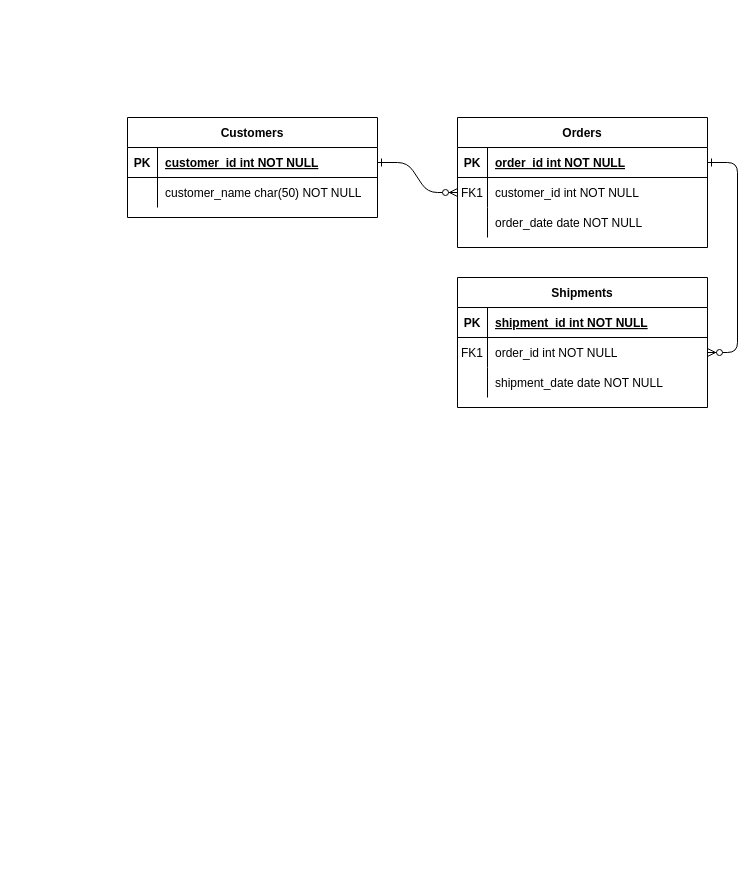
Before: 名称未設定ファイル.drawio in Fumiha/coupleApp, a draw.io diagram. Source tidied: cells renumbered, new cells numbered last; positions are measured from the earlier drawing's top-left corner, leaving out a move shared by most shapes. Both pictures are drawn from the tidied source at 100%, with x=0, y=0 at pixel (127, 117).
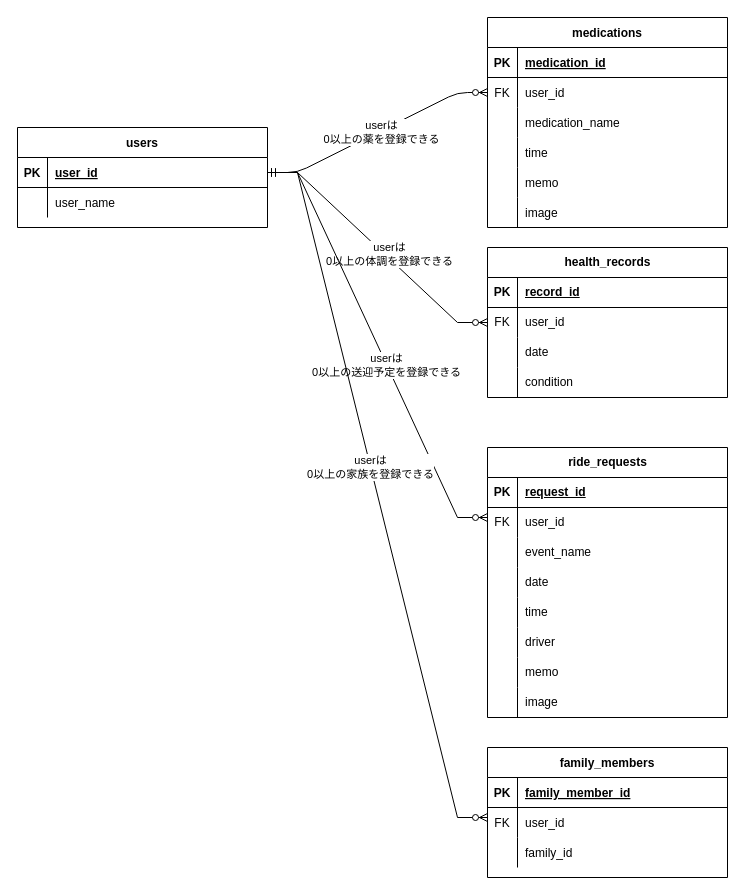
The same page after the edit.

Commit message:
名称未設定ファイル.drawio を更新します

Unchanged cells that the change refers to:
```xml
<mxCell id="25" style="shape=partialRectangle;fillColor=none;points=[[0,0.5],[1,0.5]];portConstraint=eastwest;top=0;left=0;right=0;bottom=1;" parent="24" vertex="1">
  <mxGeometry y="30" width="250" height="30" as="geometry" />
</mxCell>
<mxCell id="28" style="shape=partialRectangle;fillColor=none;top=0;left=0;right=0;bottom=0;" parent="24" vertex="1">
  <mxGeometry y="60" width="250" height="30" as="geometry" />
</mxCell>
```

Change to the diagram source:
```diff
@@
-    <mxCell id="2" style="edgeStyle=entityRelationEdgeStyle;endArrow=ERzeroToMany;startArrow=ERone;endFill=1;startFill=0;" parent="1" edge="1" source="25" target="8">
+    <mxCell id="2" style="edgeStyle=entityRelationEdgeStyle;endArrow=ERzeroToMany;startArrow=ERone;endFill=1;startFill=0;exitX=1;exitY=0.5;exitDx=0;exitDy=0;" parent="1" edge="1" source="25" target="8">
       <mxGeometry relative="1" as="geometry" />
     </mxCell>
-    <mxCell id="3" style="edgeStyle=entityRelationEdgeStyle;endArrow=ERzeroToMany;startArrow=ERone;endFill=1;startFill=0;" parent="1" edge="1" source="5" target="18">
-      <mxGeometry relative="1" as="geometry" />
-    </mxCell>
+    <mxCell id="31" value="userは&lt;br&gt;0以上の薬を登録できる" style="edgeLabel;html=1;align=center;verticalAlign=middle;" parent="2" vertex="1">
+      <mxGeometry x="0.03" y="-1" relative="1" as="geometry" />
+    </mxCell>
-    <mxCell id="4" value="Orders" style="shape=table;startSize=30;childLayout=tableLayout;rowLines=0;fontStyle=1;align=center;" parent="1" vertex="1">
-      <mxGeometry x="330" width="250" height="130" as="geometry" />
+    <mxCell id="4" value="medications" style="shape=table;startSize=30;childLayout=tableLayout;rowLines=0;fontStyle=1;align=center;" parent="1" vertex="1">
+      <mxGeometry x="360" y="-100" width="240" height="210" as="geometry" />
     </mxCell>
     <mxCell id="5" style="shape=partialRectangle;fillColor=none;points=[[0,0.5],[1,0.5]];portConstraint=eastwest;top=0;left=0;right=0;bottom=1;" parent="4" vertex="1">
-      <mxGeometry y="30" width="250" height="30" as="geometry" />
+      <mxGeometry y="30" width="240" height="30" as="geometry" />
     </mxCell>
@@
-    <mxCell id="7" value="order_id int NOT NULL " style="shape=partialRectangle;overflow=hidden;fillColor=none;top=0;left=0;bottom=0;right=0;align=left;spacingLeft=6;fontStyle=5;" parent="5" vertex="1">
-      <mxGeometry x="30" width="220" height="30" as="geometry" />
+    <mxCell id="7" value="medication_id" style="shape=partialRectangle;overflow=hidden;fillColor=none;top=0;left=0;bottom=0;right=0;align=left;spacingLeft=6;fontStyle=5;" parent="5" vertex="1">
+      <mxGeometry x="30" width="210" height="30" as="geometry" />
     </mxCell>
     <mxCell id="8" style="shape=partialRectangle;fillColor=none;points=[[0,0.5],[1,0.5]];portConstraint=eastwest;top=0;left=0;right=0;bottom=0;" parent="4" vertex="1">
-      <mxGeometry y="60" width="250" height="30" as="geometry" />
+      <mxGeometry y="60" width="240" height="30" as="geometry" />
     </mxCell>
-    <mxCell id="9" value="FK1" style="shape=partialRectangle;overflow=hidden;fillColor=none;top=0;left=0;bottom=0;right=0;" parent="8" vertex="1">
+    <mxCell id="9" value="FK" style="shape=partialRectangle;overflow=hidden;fillColor=none;top=0;left=0;bottom=0;right=0;" parent="8" vertex="1">
       <mxGeometry width="30" height="30" as="geometry" />
     </mxCell>
-    <mxCell id="10" value="customer_id int NOT NULL" style="shape=partialRectangle;overflow=hidden;fillColor=none;top=0;left=0;bottom=0;right=0;align=left;spacingLeft=6;" parent="8" vertex="1">
-      <mxGeometry x="30" width="220" height="30" as="geometry" />
+    <mxCell id="10" value="user_id" style="shape=partialRectangle;overflow=hidden;fillColor=none;top=0;left=0;bottom=0;right=0;align=left;spacingLeft=6;" parent="8" vertex="1">
+      <mxGeometry x="30" width="210" height="30" as="geometry" />
     </mxCell>
     <mxCell id="11" style="shape=partialRectangle;fillColor=none;top=0;left=0;right=0;bottom=0;" parent="4" vertex="1">
-      <mxGeometry y="90" width="250" height="30" as="geometry" />
+      <mxGeometry y="90" width="240" height="30" as="geometry" />
     </mxCell>
@@
-    <mxCell id="13" value="order_date date NOT NULL" style="shape=partialRectangle;overflow=hidden;fillColor=none;top=0;left=0;bottom=0;right=0;align=left;spacingLeft=6;" parent="11" vertex="1">
-      <mxGeometry x="30" width="220" height="30" as="geometry" />
+    <mxCell id="13" value="medication_name" style="shape=partialRectangle;overflow=hidden;fillColor=none;top=0;left=0;bottom=0;right=0;align=left;spacingLeft=6;" parent="11" vertex="1">
+      <mxGeometry x="30" width="210" height="30" as="geometry" />
     </mxCell>
+    <mxCell id="32" style="shape=partialRectangle;fillColor=none;top=0;left=0;right=0;bottom=0;" parent="4" vertex="1">
+      <mxGeometry y="120" width="240" height="30" as="geometry" />
+    </mxCell>
+    <mxCell id="33" style="shape=partialRectangle;overflow=hidden;fillColor=none;top=0;left=0;bottom=0;right=0;" parent="32" vertex="1">
+      <mxGeometry width="30" height="30" as="geometry" />
+    </mxCell>
+    <mxCell id="34" value="time" style="shape=partialRectangle;overflow=hidden;fillColor=none;top=0;left=0;bottom=0;right=0;align=left;spacingLeft=6;" parent="32" vertex="1">
+      <mxGeometry x="30" width="210" height="30" as="geometry" />
+    </mxCell>
+    <mxCell id="35" style="shape=partialRectangle;fillColor=none;top=0;left=0;right=0;bottom=0;" parent="4" vertex="1">
+      <mxGeometry y="150" width="240" height="30" as="geometry" />
+    </mxCell>
+    <mxCell id="36" style="shape=partialRectangle;overflow=hidden;fillColor=none;top=0;left=0;bottom=0;right=0;" parent="35" vertex="1">
+      <mxGeometry width="30" height="30" as="geometry" />
+    </mxCell>
+    <mxCell id="37" value="memo" style="shape=partialRectangle;overflow=hidden;fillColor=none;top=0;left=0;bottom=0;right=0;align=left;spacingLeft=6;" parent="35" vertex="1">
+      <mxGeometry x="30" width="210" height="30" as="geometry" />
+    </mxCell>
+    <mxCell id="38" style="shape=partialRectangle;fillColor=none;top=0;left=0;right=0;bottom=0;" parent="4" vertex="1">
+      <mxGeometry y="180" width="240" height="30" as="geometry" />
+    </mxCell>
+    <mxCell id="39" style="shape=partialRectangle;overflow=hidden;fillColor=none;top=0;left=0;bottom=0;right=0;" parent="38" vertex="1">
+      <mxGeometry width="30" height="30" as="geometry" />
+    </mxCell>
+    <mxCell id="40" value="image" style="shape=partialRectangle;overflow=hidden;fillColor=none;top=0;left=0;bottom=0;right=0;align=left;spacingLeft=6;" parent="38" vertex="1">
+      <mxGeometry x="30" width="210" height="30" as="geometry" />
+    </mxCell>
-    <mxCell id="14" value="Shipments" style="shape=table;startSize=30;childLayout=tableLayout;rowLines=0;fontStyle=1;align=center;" parent="1" vertex="1">
-      <mxGeometry x="330" y="160" width="250" height="130" as="geometry" />
+    <mxCell id="14" value="family_members" style="shape=table;startSize=30;childLayout=tableLayout;rowLines=0;fontStyle=1;align=center;" parent="1" vertex="1">
+      <mxGeometry x="360" y="630" width="240" height="130" as="geometry" />
     </mxCell>
     <mxCell id="15" style="shape=partialRectangle;fillColor=none;top=0;left=0;right=0;bottom=1;" parent="14" vertex="1">
-      <mxGeometry y="30" width="250" height="30" as="geometry" />
+      <mxGeometry y="30" width="240" height="30" as="geometry" />
     </mxCell>
@@
-    <mxCell id="17" value="shipment_id int NOT NULL " style="shape=partialRectangle;overflow=hidden;fillColor=none;top=0;left=0;bottom=0;right=0;align=left;spacingLeft=6;fontStyle=5;" parent="15" vertex="1">
-      <mxGeometry x="30" width="220" height="30" as="geometry" />
+    <mxCell id="17" value="family_member_id" style="shape=partialRectangle;overflow=hidden;fillColor=none;top=0;left=0;bottom=0;right=0;align=left;spacingLeft=6;fontStyle=5;" parent="15" vertex="1">
+      <mxGeometry x="30" width="210" height="30" as="geometry" />
     </mxCell>
     <mxCell id="18" style="shape=partialRectangle;fillColor=none;points=[[0,0.5],[1,0.5]];portConstraint=eastwest;top=0;left=0;right=0;bottom=0;" parent="14" vertex="1">
-      <mxGeometry y="60" width="250" height="30" as="geometry" />
+      <mxGeometry y="60" width="240" height="30" as="geometry" />
     </mxCell>
-    <mxCell id="19" value="FK1" style="shape=partialRectangle;overflow=hidden;fillColor=none;top=0;left=0;bottom=0;right=0;" parent="18" vertex="1">
+    <mxCell id="19" value="FK" style="shape=partialRectangle;overflow=hidden;fillColor=none;top=0;left=0;bottom=0;right=0;" parent="18" vertex="1">
       <mxGeometry width="30" height="30" as="geometry" />
     </mxCell>
-    <mxCell id="20" value="order_id int NOT NULL" style="shape=partialRectangle;overflow=hidden;fillColor=none;top=0;left=0;bottom=0;right=0;align=left;spacingLeft=6;" parent="18" vertex="1">
-      <mxGeometry x="30" width="220" height="30" as="geometry" />
+    <mxCell id="20" value="user_id" style="shape=partialRectangle;overflow=hidden;fillColor=none;top=0;left=0;bottom=0;right=0;align=left;spacingLeft=6;" parent="18" vertex="1">
+      <mxGeometry x="30" width="210" height="30" as="geometry" />
     </mxCell>
     <mxCell id="21" style="shape=partialRectangle;fillColor=none;top=0;left=0;right=0;bottom=0;" parent="14" vertex="1">
-      <mxGeometry y="90" width="250" height="30" as="geometry" />
+      <mxGeometry y="90" width="240" height="30" as="geometry" />
     </mxCell>
@@
-    <mxCell id="23" value="shipment_date date NOT NULL" style="shape=partialRectangle;overflow=hidden;fillColor=none;top=0;left=0;bottom=0;right=0;align=left;spacingLeft=6;" parent="21" vertex="1">
-      <mxGeometry x="30" width="220" height="30" as="geometry" />
+    <mxCell id="23" value="family_id" style="shape=partialRectangle;overflow=hidden;fillColor=none;top=0;left=0;bottom=0;right=0;align=left;spacingLeft=6;" parent="21" vertex="1">
+      <mxGeometry x="30" width="210" height="30" as="geometry" />
     </mxCell>
-    <mxCell id="24" value="Customers" style="shape=table;startSize=30;childLayout=tableLayout;rowLines=0;fontStyle=1;align=center;" parent="1" vertex="1">
-      <mxGeometry width="250" height="100" as="geometry" />
+    <mxCell id="24" value="users" style="shape=table;startSize=30;childLayout=tableLayout;rowLines=0;fontStyle=1;align=center;" parent="1" vertex="1">
+      <mxGeometry x="-110" y="10" width="250" height="100" as="geometry" />
     </mxCell>
@@
-    <mxCell id="27" value="customer_id int NOT NULL " style="shape=partialRectangle;overflow=hidden;fillColor=none;top=0;left=0;bottom=0;right=0;align=left;spacingLeft=6;fontStyle=5;" parent="25" vertex="1">
+    <mxCell id="27" value="user_id" style="shape=partialRectangle;overflow=hidden;fillColor=none;top=0;left=0;bottom=0;right=0;align=left;spacingLeft=6;fontStyle=5;" parent="25" vertex="1">
       <mxGeometry x="30" width="220" height="30" as="geometry" />
     </mxCell>
@@
-    <mxCell id="30" value="customer_name char(50) NOT NULL" style="shape=partialRectangle;overflow=hidden;fillColor=none;top=0;left=0;bottom=0;right=0;align=left;spacingLeft=6;" parent="28" vertex="1">
+    <mxCell id="30" value="user_name" style="shape=partialRectangle;overflow=hidden;fillColor=none;top=0;left=0;bottom=0;right=0;align=left;spacingLeft=6;" parent="28" vertex="1">
       <mxGeometry x="30" width="220" height="30" as="geometry" />
     </mxCell>
+    <mxCell id="41" value="ride_requests" style="shape=table;startSize=30;childLayout=tableLayout;rowLines=0;fontStyle=1;align=center;html=1;" parent="1" vertex="1">
+      <mxGeometry x="360" y="330" width="240" height="270" as="geometry" />
+    </mxCell>
+    <mxCell id="42" style="shape=tableRow;horizontal=0;startSize=0;swimlaneHead=0;swimlaneBody=0;fillColor=none;top=0;left=0;right=0;bottom=1;" parent="41" vertex="1">
+      <mxGeometry y="30" width="240" height="30" as="geometry" />
+    </mxCell>
+    <mxCell id="43" value="PK" style="shape=partialRectangle;fillColor=none;top=0;left=0;bottom=0;right=0;fontStyle=1;overflow=hidden;whiteSpace=wrap;html=1;" parent="42" vertex="1">
+      <mxGeometry width="30" height="30" as="geometry" />
+    </mxCell>
+    <mxCell id="44" value="request_id" style="shape=partialRectangle;fillColor=none;top=0;left=0;bottom=0;right=0;align=left;spacingLeft=6;fontStyle=5;overflow=hidden;whiteSpace=wrap;html=1;" parent="42" vertex="1">
+      <mxGeometry x="30" width="210" height="30" as="geometry" />
+    </mxCell>
+    <mxCell id="45" style="shape=tableRow;horizontal=0;startSize=0;swimlaneHead=0;swimlaneBody=0;fillColor=none;top=0;left=0;right=0;bottom=0;" parent="41" vertex="1">
+      <mxGeometry y="60" width="240" height="30" as="geometry" />
+    </mxCell>
+    <mxCell id="46" value="FK&lt;br&gt;" style="shape=partialRectangle;fillColor=none;top=0;left=0;bottom=0;right=0;overflow=hidden;whiteSpace=wrap;html=1;" parent="45" vertex="1">
+      <mxGeometry width="30" height="30" as="geometry" />
+    </mxCell>
+    <mxCell id="47" value="user_id" style="shape=partialRectangle;fillColor=none;top=0;left=0;bottom=0;right=0;align=left;spacingLeft=6;overflow=hidden;whiteSpace=wrap;html=1;" parent="45" vertex="1">
+      <mxGeometry x="30" width="210" height="30" as="geometry" />
+    </mxCell>
+    <mxCell id="48" style="shape=tableRow;horizontal=0;startSize=0;swimlaneHead=0;swimlaneBody=0;fillColor=none;top=0;left=0;right=0;bottom=0;" parent="41" vertex="1">
+      <mxGeometry y="90" width="240" height="30" as="geometry" />
+    </mxCell>
+    <mxCell id="49" style="shape=partialRectangle;fillColor=none;top=0;left=0;bottom=0;right=0;overflow=hidden;whiteSpace=wrap;html=1;" parent="48" vertex="1">
+      <mxGeometry width="30" height="30" as="geometry" />
+    </mxCell>
+    <mxCell id="50" value="event_name" style="shape=partialRectangle;fillColor=none;top=0;left=0;bottom=0;right=0;align=left;spacingLeft=6;overflow=hidden;whiteSpace=wrap;html=1;" parent="48" vertex="1">
+      <mxGeometry x="30" width="210" height="30" as="geometry" />
+    </mxCell>
+    <mxCell id="51" style="shape=tableRow;horizontal=0;startSize=0;swimlaneHead=0;swimlaneBody=0;fillColor=none;top=0;left=0;right=0;bottom=0;" parent="41" vertex="1">
+      <mxGeometry y="120" width="240" height="30" as="geometry" />
+    </mxCell>
+    <mxCell id="52" style="shape=partialRectangle;fillColor=none;top=0;left=0;bottom=0;right=0;overflow=hidden;whiteSpace=wrap;html=1;" parent="51" vertex="1">
+      <mxGeometry width="30" height="30" as="geometry" />
+    </mxCell>
+    <mxCell id="53" value="date" style="shape=partialRectangle;fillColor=none;top=0;left=0;bottom=0;right=0;align=left;spacingLeft=6;overflow=hidden;whiteSpace=wrap;html=1;" parent="51" vertex="1">
+      <mxGeometry x="30" width="210" height="30" as="geometry" />
+    </mxCell>
+    <mxCell id="54" style="shape=tableRow;horizontal=0;startSize=0;swimlaneHead=0;swimlaneBody=0;fillColor=none;top=0;left=0;right=0;bottom=0;" parent="41" vertex="1">
+      <mxGeometry y="150" width="240" height="30" as="geometry" />
+    </mxCell>
+    <mxCell id="55" style="shape=partialRectangle;fillColor=none;top=0;left=0;bottom=0;right=0;overflow=hidden;whiteSpace=wrap;html=1;" parent="54" vertex="1">
+      <mxGeometry width="30" height="30" as="geometry" />
+    </mxCell>
+    <mxCell id="56" value="time" style="shape=partialRectangle;fillColor=none;top=0;left=0;bottom=0;right=0;align=left;spacingLeft=6;overflow=hidden;whiteSpace=wrap;html=1;" parent="54" vertex="1">
+      <mxGeometry x="30" width="210" height="30" as="geometry" />
+    </mxCell>
+    <mxCell id="57" style="shape=tableRow;horizontal=0;startSize=0;swimlaneHead=0;swimlaneBody=0;fillColor=none;top=0;left=0;right=0;bottom=0;" parent="41" vertex="1">
+      <mxGeometry y="180" width="240" height="30" as="geometry" />
+    </mxCell>
+    <mxCell id="58" style="shape=partialRectangle;fillColor=none;top=0;left=0;bottom=0;right=0;overflow=hidden;whiteSpace=wrap;html=1;" parent="57" vertex="1">
+      <mxGeometry width="30" height="30" as="geometry" />
+    </mxCell>
+    <mxCell id="59" value="driver" style="shape=partialRectangle;fillColor=none;top=0;left=0;bottom=0;right=0;align=left;spacingLeft=6;overflow=hidden;whiteSpace=wrap;html=1;" parent="57" vertex="1">
+      <mxGeometry x="30" width="210" height="30" as="geometry" />
+    </mxCell>
+    <mxCell id="60" style="shape=tableRow;horizontal=0;startSize=0;swimlaneHead=0;swimlaneBody=0;fillColor=none;top=0;left=0;right=0;bottom=0;" parent="41" vertex="1">
+      <mxGeometry y="210" width="240" height="30" as="geometry" />
+    </mxCell>
+    <mxCell id="61" style="shape=partialRectangle;fillColor=none;top=0;left=0;bottom=0;right=0;overflow=hidden;whiteSpace=wrap;html=1;" parent="60" vertex="1">
+      <mxGeometry width="30" height="30" as="geometry" />
+    </mxCell>
+    <mxCell id="62" value="memo" style="shape=partialRectangle;fillColor=none;top=0;left=0;bottom=0;right=0;align=left;spacingLeft=6;overflow=hidden;whiteSpace=wrap;html=1;" parent="60" vertex="1">
+      <mxGeometry x="30" width="210" height="30" as="geometry" />
+    </mxCell>
+    <mxCell id="63" style="shape=tableRow;horizontal=0;startSize=0;swimlaneHead=0;swimlaneBody=0;fillColor=none;top=0;left=0;right=0;bottom=0;" parent="41" vertex="1">
+      <mxGeometry y="240" width="240" height="30" as="geometry" />
+    </mxCell>
+    <mxCell id="64" style="shape=partialRectangle;fillColor=none;top=0;left=0;bottom=0;right=0;overflow=hidden;whiteSpace=wrap;html=1;" parent="63" vertex="1">
+      <mxGeometry width="30" height="30" as="geometry" />
+    </mxCell>
+    <mxCell id="65" value="image" style="shape=partialRectangle;fillColor=none;top=0;left=0;bottom=0;right=0;align=left;spacingLeft=6;overflow=hidden;whiteSpace=wrap;html=1;" parent="63" vertex="1">
+      <mxGeometry x="30" width="210" height="30" as="geometry" />
+    </mxCell>
+    <mxCell id="66" value="health_records" style="shape=table;startSize=30;childLayout=tableLayout;rowLines=0;fontStyle=1;align=center;html=1;" parent="1" vertex="1">
+      <mxGeometry x="360" y="130" width="240" height="150" as="geometry" />
+    </mxCell>
+    <mxCell id="67" style="shape=tableRow;horizontal=0;startSize=0;swimlaneHead=0;swimlaneBody=0;fillColor=none;top=0;left=0;right=0;bottom=1;" parent="66" vertex="1">
+      <mxGeometry y="30" width="240" height="30" as="geometry" />
+    </mxCell>
+    <mxCell id="68" value="PK" style="shape=partialRectangle;fillColor=none;top=0;left=0;bottom=0;right=0;fontStyle=1;overflow=hidden;whiteSpace=wrap;html=1;" parent="67" vertex="1">
+      <mxGeometry width="30" height="30" as="geometry" />
+    </mxCell>
+    <mxCell id="69" value="record_id" style="shape=partialRectangle;fillColor=none;top=0;left=0;bottom=0;right=0;align=left;spacingLeft=6;fontStyle=5;overflow=hidden;whiteSpace=wrap;html=1;" parent="67" vertex="1">
+      <mxGeometry x="30" width="210" height="30" as="geometry" />
+    </mxCell>
+    <mxCell id="70" style="shape=tableRow;horizontal=0;startSize=0;swimlaneHead=0;swimlaneBody=0;fillColor=none;points=[[0,0.5],[1,0.5]];portConstraint=eastwest;top=0;left=0;right=0;bottom=0;" parent="66" vertex="1">
+      <mxGeometry y="60" width="240" height="30" as="geometry" />
+    </mxCell>
+    <mxCell id="71" value="FK" style="shape=partialRectangle;fillColor=none;top=0;left=0;bottom=0;right=0;overflow=hidden;whiteSpace=wrap;html=1;" parent="70" vertex="1">
+      <mxGeometry width="30" height="30" as="geometry" />
+    </mxCell>
+    <mxCell id="72" value="user_id" style="shape=partialRectangle;fillColor=none;top=0;left=0;bottom=0;right=0;align=left;spacingLeft=6;overflow=hidden;whiteSpace=wrap;html=1;" parent="70" vertex="1">
+      <mxGeometry x="30" width="210" height="30" as="geometry" />
+    </mxCell>
+    <mxCell id="73" style="shape=tableRow;horizontal=0;startSize=0;swimlaneHead=0;swimlaneBody=0;fillColor=none;top=0;left=0;right=0;bottom=0;" parent="66" vertex="1">
+      <mxGeometry y="90" width="240" height="30" as="geometry" />
+    </mxCell>
+    <mxCell id="74" style="shape=partialRectangle;fillColor=none;top=0;left=0;bottom=0;right=0;overflow=hidden;whiteSpace=wrap;html=1;" parent="73" vertex="1">
+      <mxGeometry width="30" height="30" as="geometry" />
+    </mxCell>
+    <mxCell id="75" value="date" style="shape=partialRectangle;fillColor=none;top=0;left=0;bottom=0;right=0;align=left;spacingLeft=6;overflow=hidden;whiteSpace=wrap;html=1;" parent="73" vertex="1">
+      <mxGeometry x="30" width="210" height="30" as="geometry" />
+    </mxCell>
+    <mxCell id="76" style="shape=tableRow;horizontal=0;startSize=0;swimlaneHead=0;swimlaneBody=0;fillColor=none;top=0;left=0;right=0;bottom=0;" parent="66" vertex="1">
+      <mxGeometry y="120" width="240" height="30" as="geometry" />
+    </mxCell>
+    <mxCell id="77" style="shape=partialRectangle;fillColor=none;top=0;left=0;bottom=0;right=0;overflow=hidden;whiteSpace=wrap;html=1;" parent="76" vertex="1">
+      <mxGeometry width="30" height="30" as="geometry" />
+    </mxCell>
+    <mxCell id="78" value="condition" style="shape=partialRectangle;fillColor=none;top=0;left=0;bottom=0;right=0;align=left;spacingLeft=6;overflow=hidden;whiteSpace=wrap;html=1;" parent="76" vertex="1">
+      <mxGeometry x="30" width="210" height="30" as="geometry" />
+    </mxCell>
+    <mxCell id="79" style="edgeStyle=entityRelationEdgeStyle;fontSize=12;html=1;endArrow=ERzeroToMany;startArrow=ERmandOne;rounded=0;entryX=0;entryY=0.5;entryDx=0;entryDy=0;" parent="1" edge="1" source="25" target="70">
+      <mxGeometry relative="1" as="geometry" />
+    </mxCell>
+    <mxCell id="80" value="userは&lt;br style=&quot;border-color: var(--border-color);&quot;&gt;0以上の体調を登録できる" style="edgeLabel;html=1;align=center;verticalAlign=middle;" parent="79" vertex="1">
+      <mxGeometry x="0.09" y="3" relative="1" as="geometry" />
+    </mxCell>
+    <mxCell id="81" style="edgeStyle=entityRelationEdgeStyle;fontSize=12;html=1;endArrow=ERzeroToMany;startArrow=ERmandOne;rounded=0;entryX=0;entryY=0.5;entryDx=0;entryDy=0;exitX=1;exitY=0.5;exitDx=0;exitDy=0;" parent="1" edge="1" source="25">
+      <mxGeometry relative="1" as="geometry">
+        <mxPoint x="360" y="400" as="targetPoint" />
+      </mxGeometry>
+    </mxCell>
+    <mxCell id="82" value="userは&lt;br style=&quot;border-color: var(--border-color);&quot;&gt;0以上の送迎予定を登録できる" style="edgeLabel;html=1;align=center;verticalAlign=middle;" parent="81" vertex="1">
+      <mxGeometry x="0.1" y="-1" relative="1" as="geometry" />
+    </mxCell>
+    <mxCell id="83" style="edgeStyle=entityRelationEdgeStyle;fontSize=12;html=1;endArrow=ERzeroToMany;startArrow=ERmandOne;rounded=0;entryX=0;entryY=0.5;entryDx=0;entryDy=0;exitX=1;exitY=0.5;exitDx=0;exitDy=0;" parent="1" edge="1" source="25">
+      <mxGeometry relative="1" as="geometry">
+        <mxPoint x="360" y="700" as="targetPoint" />
+      </mxGeometry>
+    </mxCell>
+    <mxCell id="84" value="userは&lt;br style=&quot;border-color: var(--border-color);&quot;&gt;0以上の家族を登録できる" style="edgeLabel;html=1;align=center;verticalAlign=middle;" parent="83" vertex="1">
+      <mxGeometry x="-0.08" relative="1" as="geometry" />
+    </mxCell>
```
